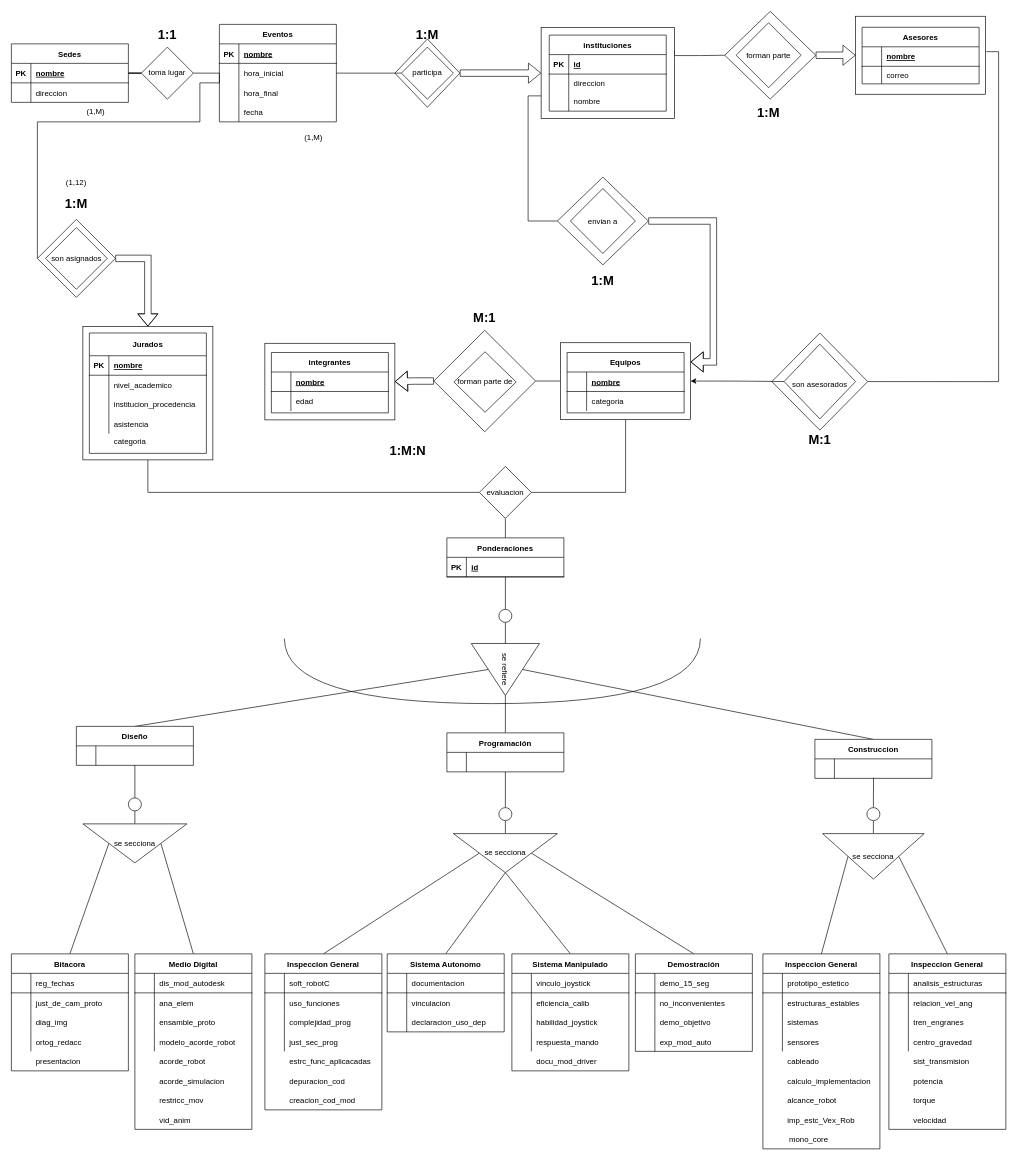
The draw.io diagram Equipo chido UWU Diagrama ER Proyecto (2).drawio in LuisRV16/Proyecto-TBD, before the edit. Source tidied: cells renumbered, new cells numbered last; positions are measured from the earlier drawing's top-left corner, leaving out a move shared by most shapes. Both pictures are drawn from the tidied source at 65%, with x=0, y=0 at pixel (11, 11).
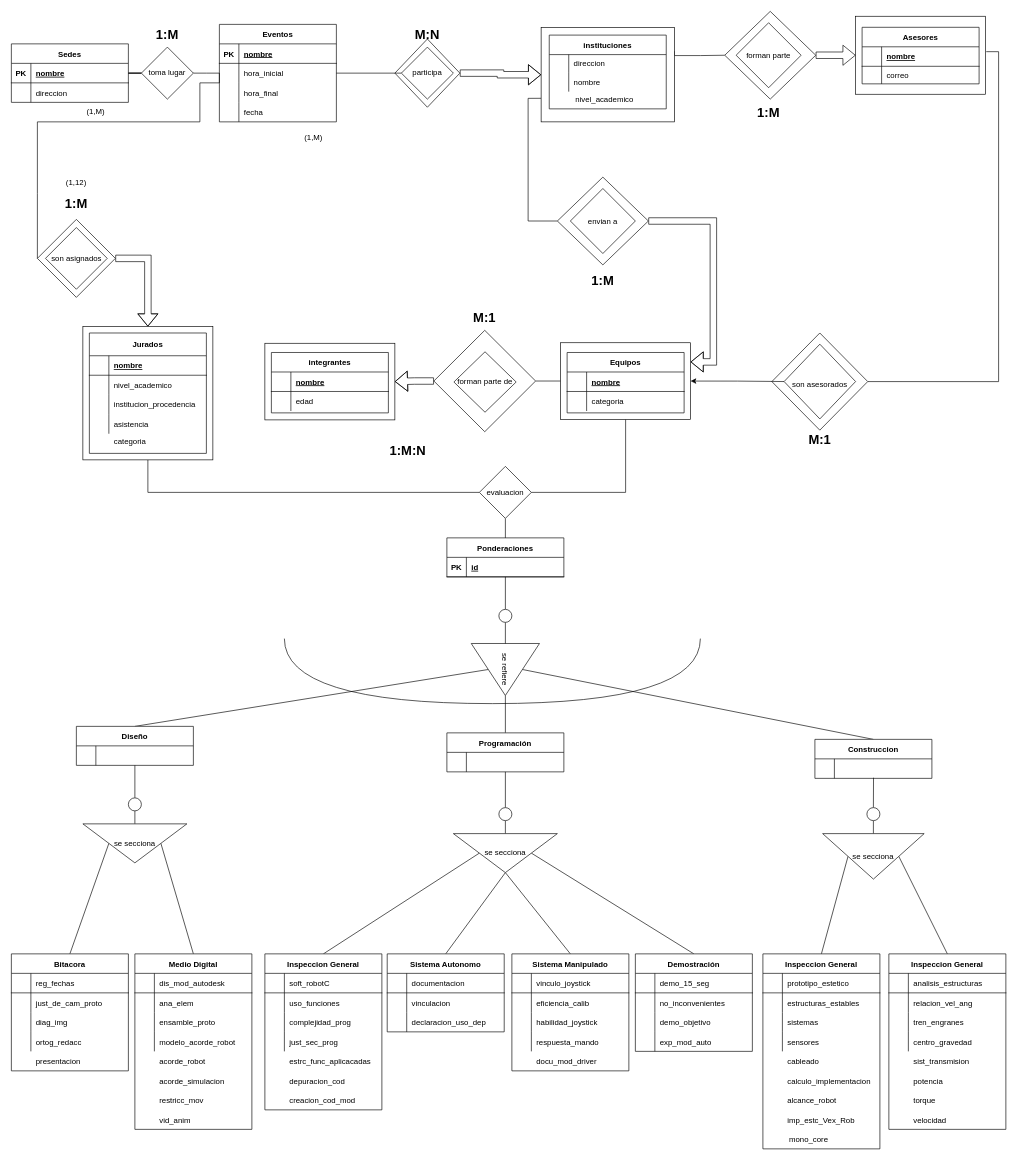
The same page after the edit.

Commit message (it also covers changes not shown here):
Actualización del diagrama ER

Unchanged cells that the change refers to:
```xml
<mxCell id="46" style="shape=tableRow;horizontal=0;startSize=0;swimlaneHead=0;swimlaneBody=0;fillColor=none;top=0;left=0;right=0;bottom=1;" parent="45" vertex="1">
  <mxGeometry y="35" width="180" height="30" as="geometry" />
</mxCell>
```

What changed in the source:
```diff
@@
     <mxCell id="6" style="rounded=0;whiteSpace=wrap;html=1;" parent="1" vertex="1">
-      <mxGeometry x="815" y="25" width="205" height="140" as="geometry" />
+      <mxGeometry x="815" y="25" width="205" height="145" as="geometry" />
     </mxCell>
@@
-    <mxCell id="47" value="PK" style="shape=partialRectangle;fillColor=none;top=0;left=0;bottom=0;right=0;fontStyle=1;overflow=hidden;" parent="46" vertex="1">
+    <mxCell id="47" style="shape=partialRectangle;fillColor=none;top=0;left=0;bottom=0;right=0;fontStyle=1;overflow=hidden;" parent="46" vertex="1">
       <mxGeometry width="30" height="30" as="geometry" />
     </mxCell>
@@
-    <mxCell id="77" value="&lt;b&gt;&lt;font style=&quot;font-size: 20px;&quot;&gt;1:1&lt;/font&gt;&lt;/b&gt;" style="text;html=1;strokeColor=none;fillColor=none;align=center;verticalAlign=middle;whiteSpace=wrap;rounded=0;" parent="1" vertex="1">
+    <mxCell id="77" value="&lt;b&gt;&lt;font style=&quot;font-size: 20px;&quot;&gt;1:M&lt;/font&gt;&lt;/b&gt;" style="text;html=1;strokeColor=none;fillColor=none;align=center;verticalAlign=middle;whiteSpace=wrap;rounded=0;" parent="1" vertex="1">
       <mxGeometry x="210" y="20" width="60" height="30" as="geometry" />
     </mxCell>
-    <mxCell id="78" value="&lt;b&gt;&lt;font style=&quot;font-size: 20px;&quot;&gt;1:M&lt;/font&gt;&lt;/b&gt;" style="text;html=1;strokeColor=none;fillColor=none;align=center;verticalAlign=middle;whiteSpace=wrap;rounded=0;" parent="1" vertex="1">
+    <mxCell id="78" value="&lt;b&gt;&lt;font style=&quot;font-size: 20px;&quot;&gt;M:N&lt;/font&gt;&lt;/b&gt;" style="text;html=1;strokeColor=none;fillColor=none;align=center;verticalAlign=middle;whiteSpace=wrap;rounded=0;" parent="1" vertex="1">
       <mxGeometry x="610" y="20" width="60" height="30" as="geometry" />
     </mxCell>
@@
     <mxCell id="142" value="instituciones" style="shape=table;startSize=30;childLayout=tableLayout;rowLines=0;fontStyle=1;align=center;" parent="1" vertex="1">
-      <mxGeometry x="827.5" y="36.5" width="180" height="117" as="geometry" />
+      <mxGeometry x="827.5" y="36.5" width="180" height="113.5" as="geometry" />
     </mxCell>
-    <mxCell id="143" style="shape=tableRow;horizontal=0;startSize=0;swimlaneHead=0;swimlaneBody=0;fillColor=none;top=0;left=0;right=0;bottom=1;" parent="142" vertex="1">
-      <mxGeometry y="30" width="180" height="30" as="geometry" />
-    </mxCell>
-    <mxCell id="144" value="PK" style="shape=partialRectangle;fillColor=none;top=0;left=0;bottom=0;right=0;fontStyle=1;overflow=hidden;" parent="143" vertex="1">
-      <mxGeometry width="30" height="30" as="geometry" />
-    </mxCell>
-    <mxCell id="145" value="id" style="shape=partialRectangle;fillColor=none;top=0;left=0;bottom=0;right=0;align=left;spacingLeft=6;fontStyle=5;overflow=hidden;" parent="143" vertex="1">
-      <mxGeometry x="30" width="150" height="30" as="geometry" />
-    </mxCell>
     <mxCell id="146" style="shape=tableRow;horizontal=0;startSize=0;swimlaneHead=0;swimlaneBody=0;fillColor=none;top=0;left=0;right=0;bottom=0;" parent="142" vertex="1">
-      <mxGeometry y="60" width="180" height="27" as="geometry" />
+      <mxGeometry y="30" width="180" height="27" as="geometry" />
     </mxCell>
@@
     <mxCell id="149" style="shape=tableRow;horizontal=0;startSize=0;swimlaneHead=0;swimlaneBody=0;fillColor=none;top=0;left=0;right=0;bottom=0;" parent="142" vertex="1">
-      <mxGeometry y="87" width="180" height="30" as="geometry" />
+      <mxGeometry y="57" width="180" height="30" as="geometry" />
     </mxCell>
@@
+    <mxCell id="281" style="shape=tableRow;horizontal=0;startSize=0;swimlaneHead=0;swimlaneBody=0;fillColor=none;top=0;left=0;right=0;bottom=0;" parent="1" vertex="1">
+      <mxGeometry x="830" y="120" width="180" height="30" as="geometry" />
+    </mxCell>
+    <mxCell id="282" style="shape=partialRectangle;fillColor=none;top=0;left=0;bottom=0;right=0;overflow=hidden;" parent="281" vertex="1">
+      <mxGeometry width="30" height="30" as="geometry" />
+    </mxCell>
+    <mxCell id="283" value="nivel_academico" style="shape=partialRectangle;fillColor=none;top=0;left=0;bottom=0;right=0;align=left;spacingLeft=6;overflow=hidden;" parent="281" vertex="1">
+      <mxGeometry x="30" width="150" height="30" as="geometry" />
+    </mxCell>
```
